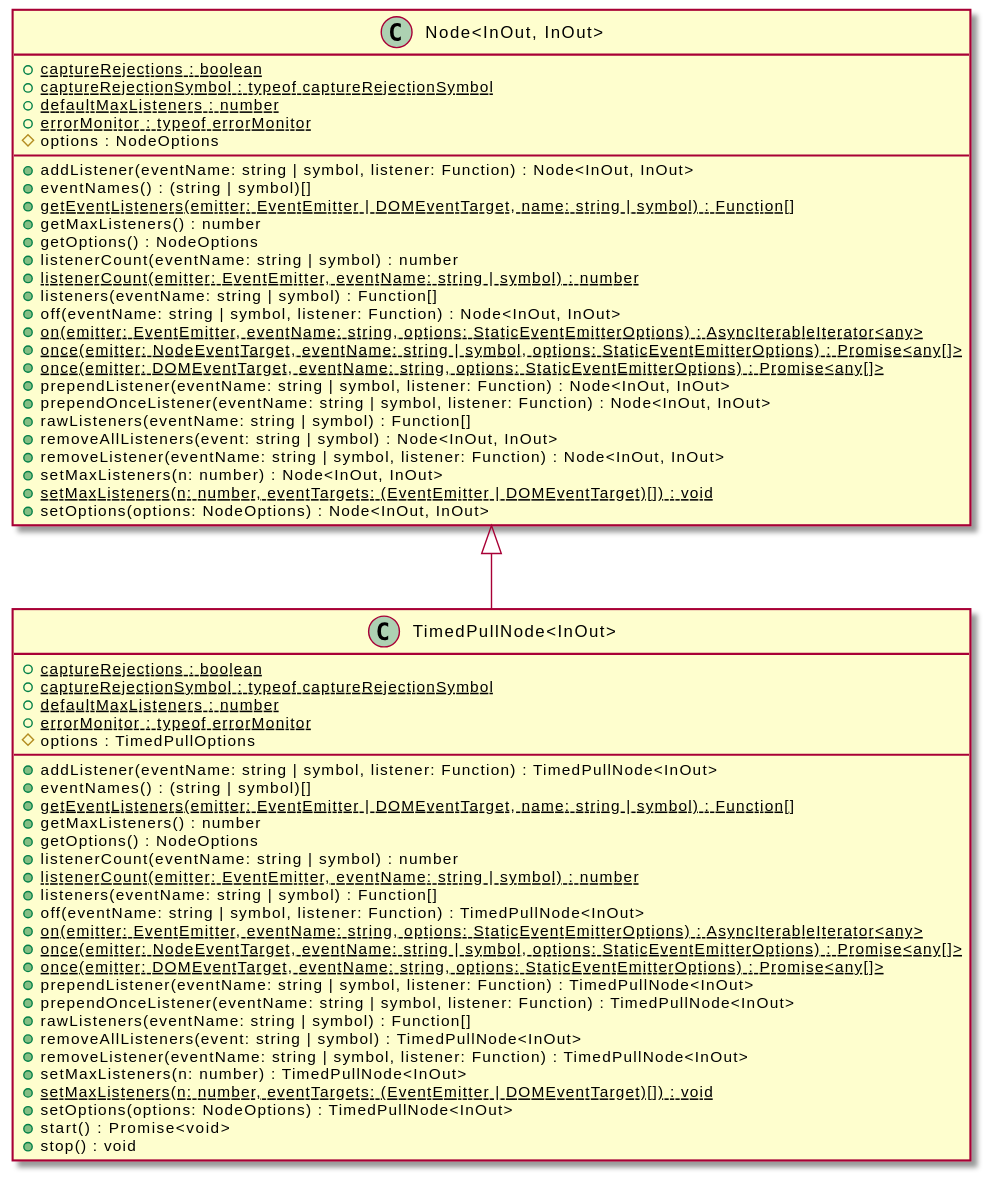
This is assets/TimedPullNode-umlClassDiagram-10436.svg from OpenHPS/openhps-core, a PlantUML export, as it was before one commit.
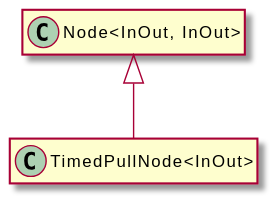
Later version of the same file.

Diff of the diagram source:
```diff
@@ -3,60 +3,8 @@
 hide empty methods
 hide empty fields
 class "TimedPullNode<InOut>" {
-    {static} +captureRejections : boolean
-    {static} +captureRejectionSymbol : typeof captureRejectionSymbol
-    {static} +defaultMaxListeners : number
-    {static} +errorMonitor : typeof errorMonitor
-    #options : TimedPullOptions
-    +addListener(eventName: string | symbol, listener: Function) : TimedPullNode<InOut>
-    +eventNames() : (string | symbol)[]
-    {static} +getEventListeners(emitter: EventEmitter | DOMEventTarget, name: string | symbol) : Function[]
-    +getMaxListeners() : number
-    +getOptions() : NodeOptions
-    +listenerCount(eventName: string | symbol) : number
-    {static} +listenerCount(emitter: EventEmitter, eventName: string | symbol) : number
-    +listeners(eventName: string | symbol) : Function[]
-    +off(eventName: string | symbol, listener: Function) : TimedPullNode<InOut>
-    {static} +on(emitter: EventEmitter, eventName: string, options: StaticEventEmitterOptions) : AsyncIterableIterator<any>
-    {static} +once(emitter: NodeEventTarget, eventName: string | symbol, options: StaticEventEmitterOptions) : Promise<any[]>
-    {static} +once(emitter: DOMEventTarget, eventName: string, options: StaticEventEmitterOptions) : Promise<any[]>
-    +prependListener(eventName: string | symbol, listener: Function) : TimedPullNode<InOut>
-    +prependOnceListener(eventName: string | symbol, listener: Function) : TimedPullNode<InOut>
-    +rawListeners(eventName: string | symbol) : Function[]
-    +removeAllListeners(event: string | symbol) : TimedPullNode<InOut>
-    +removeListener(eventName: string | symbol, listener: Function) : TimedPullNode<InOut>
-    +setMaxListeners(n: number) : TimedPullNode<InOut>
-    {static} +setMaxListeners(n: number, eventTargets: (EventEmitter | DOMEventTarget)[]) : void
-    +setOptions(options: NodeOptions) : TimedPullNode<InOut>
-    +start() : Promise<void>
-    +stop() : void
 }
 class "Node<InOut, InOut>" {
-    {static} +captureRejections : boolean
-    {static} +captureRejectionSymbol : typeof captureRejectionSymbol
-    {static} +defaultMaxListeners : number
-    {static} +errorMonitor : typeof errorMonitor
-    #options : NodeOptions
-    +addListener(eventName: string | symbol, listener: Function) : Node<InOut, InOut>
-    +eventNames() : (string | symbol)[]
-    {static} +getEventListeners(emitter: EventEmitter | DOMEventTarget, name: string | symbol) : Function[]
-    +getMaxListeners() : number
-    +getOptions() : NodeOptions
-    +listenerCount(eventName: string | symbol) : number
-    {static} +listenerCount(emitter: EventEmitter, eventName: string | symbol) : number
-    +listeners(eventName: string | symbol) : Function[]
-    +off(eventName: string | symbol, listener: Function) : Node<InOut, InOut>
-    {static} +on(emitter: EventEmitter, eventName: string, options: StaticEventEmitterOptions) : AsyncIterableIterator<any>
-    {static} +once(emitter: NodeEventTarget, eventName: string | symbol, options: StaticEventEmitterOptions) : Promise<any[]>
-    {static} +once(emitter: DOMEventTarget, eventName: string, options: StaticEventEmitterOptions) : Promise<any[]>
-    +prependListener(eventName: string | symbol, listener: Function) : Node<InOut, InOut>
-    +prependOnceListener(eventName: string | symbol, listener: Function) : Node<InOut, InOut>
-    +rawListeners(eventName: string | symbol) : Function[]
-    +removeAllListeners(event: string | symbol) : Node<InOut, InOut>
-    +removeListener(eventName: string | symbol, listener: Function) : Node<InOut, InOut>
-    +setMaxListeners(n: number) : Node<InOut, InOut>
-    {static} +setMaxListeners(n: number, eventTargets: (EventEmitter | DOMEventTarget)[]) : void
-    +setOptions(options: NodeOptions) : Node<InOut, InOut>
 }
 "Node<InOut, InOut>" <|-- "TimedPullNode<InOut>"
 @enduml
```
